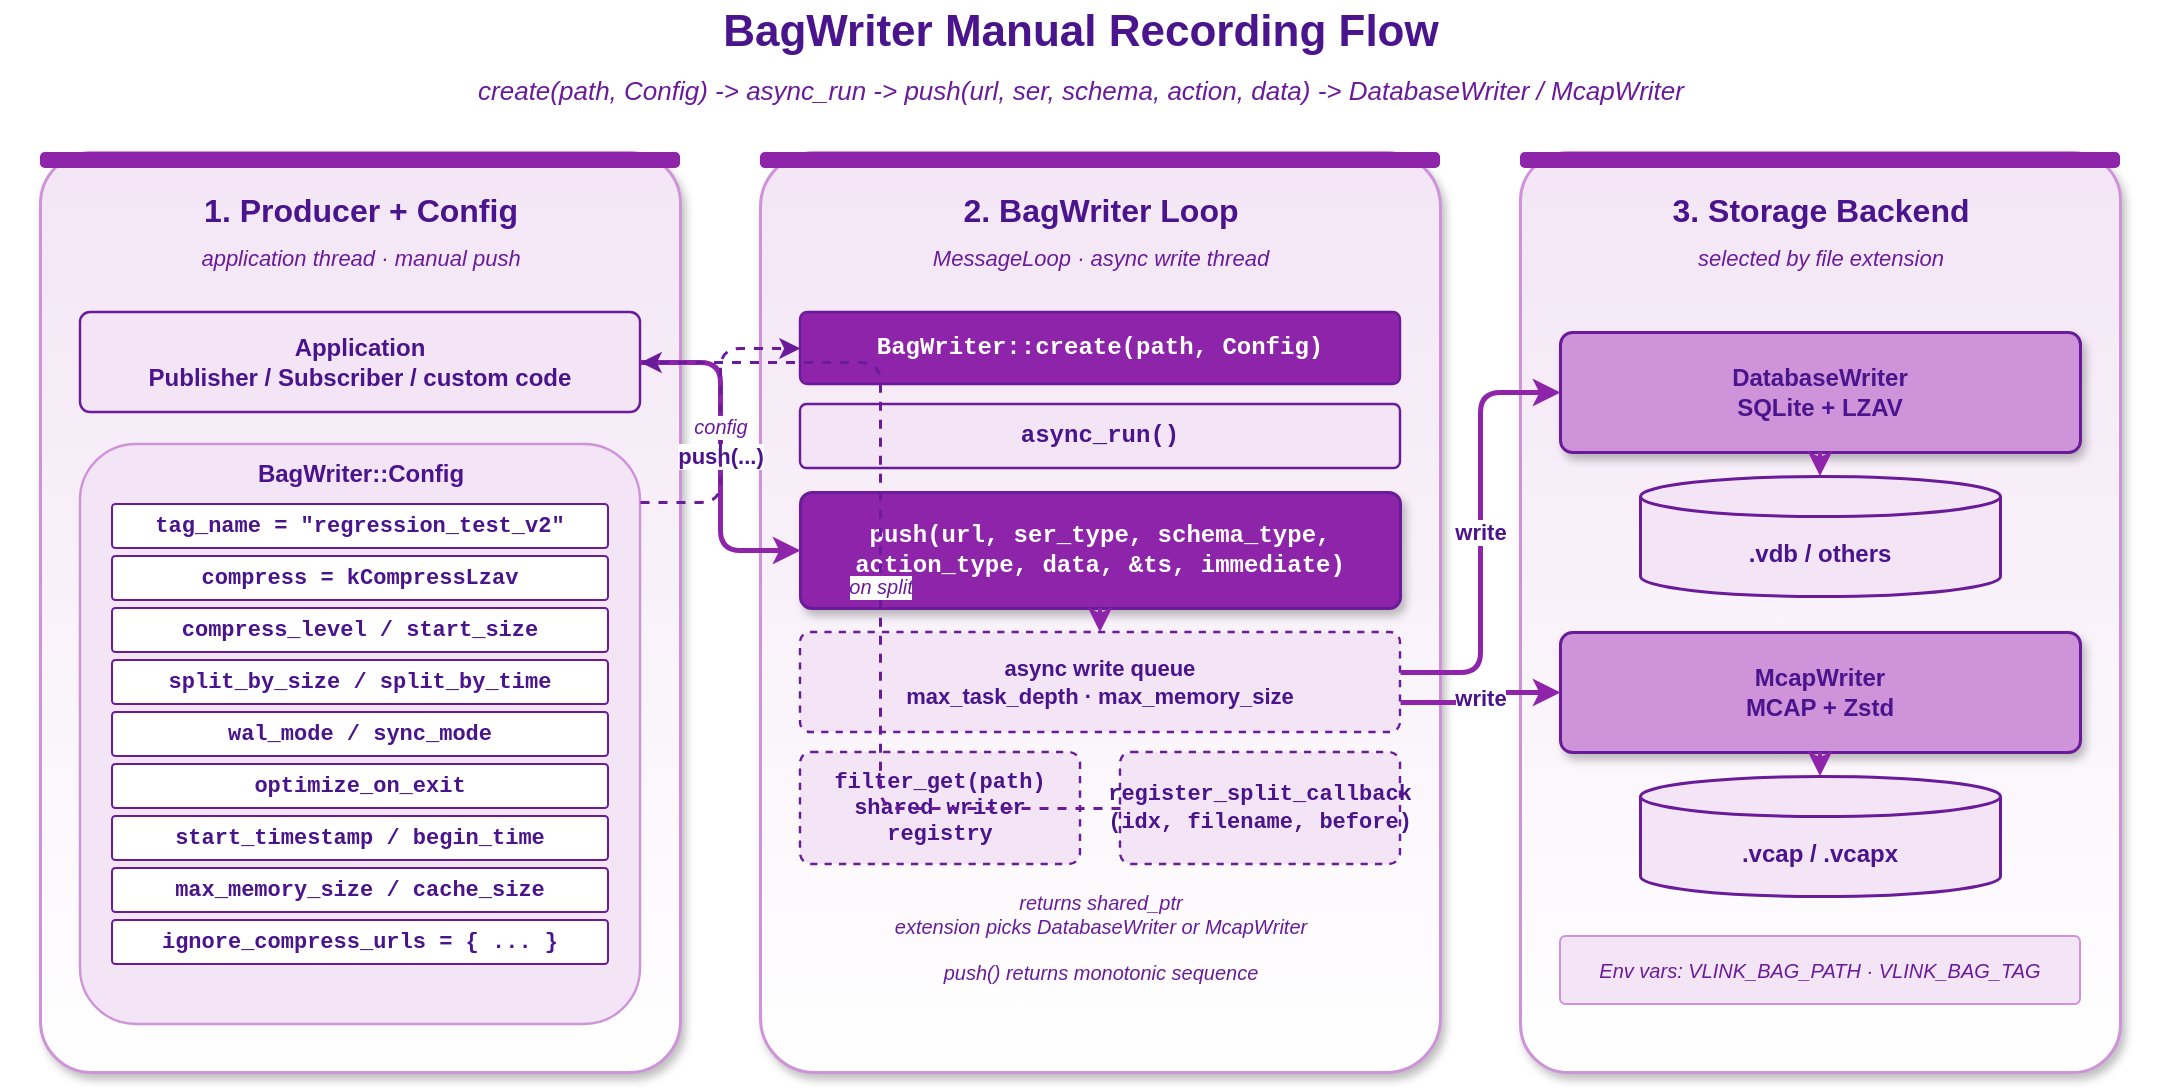
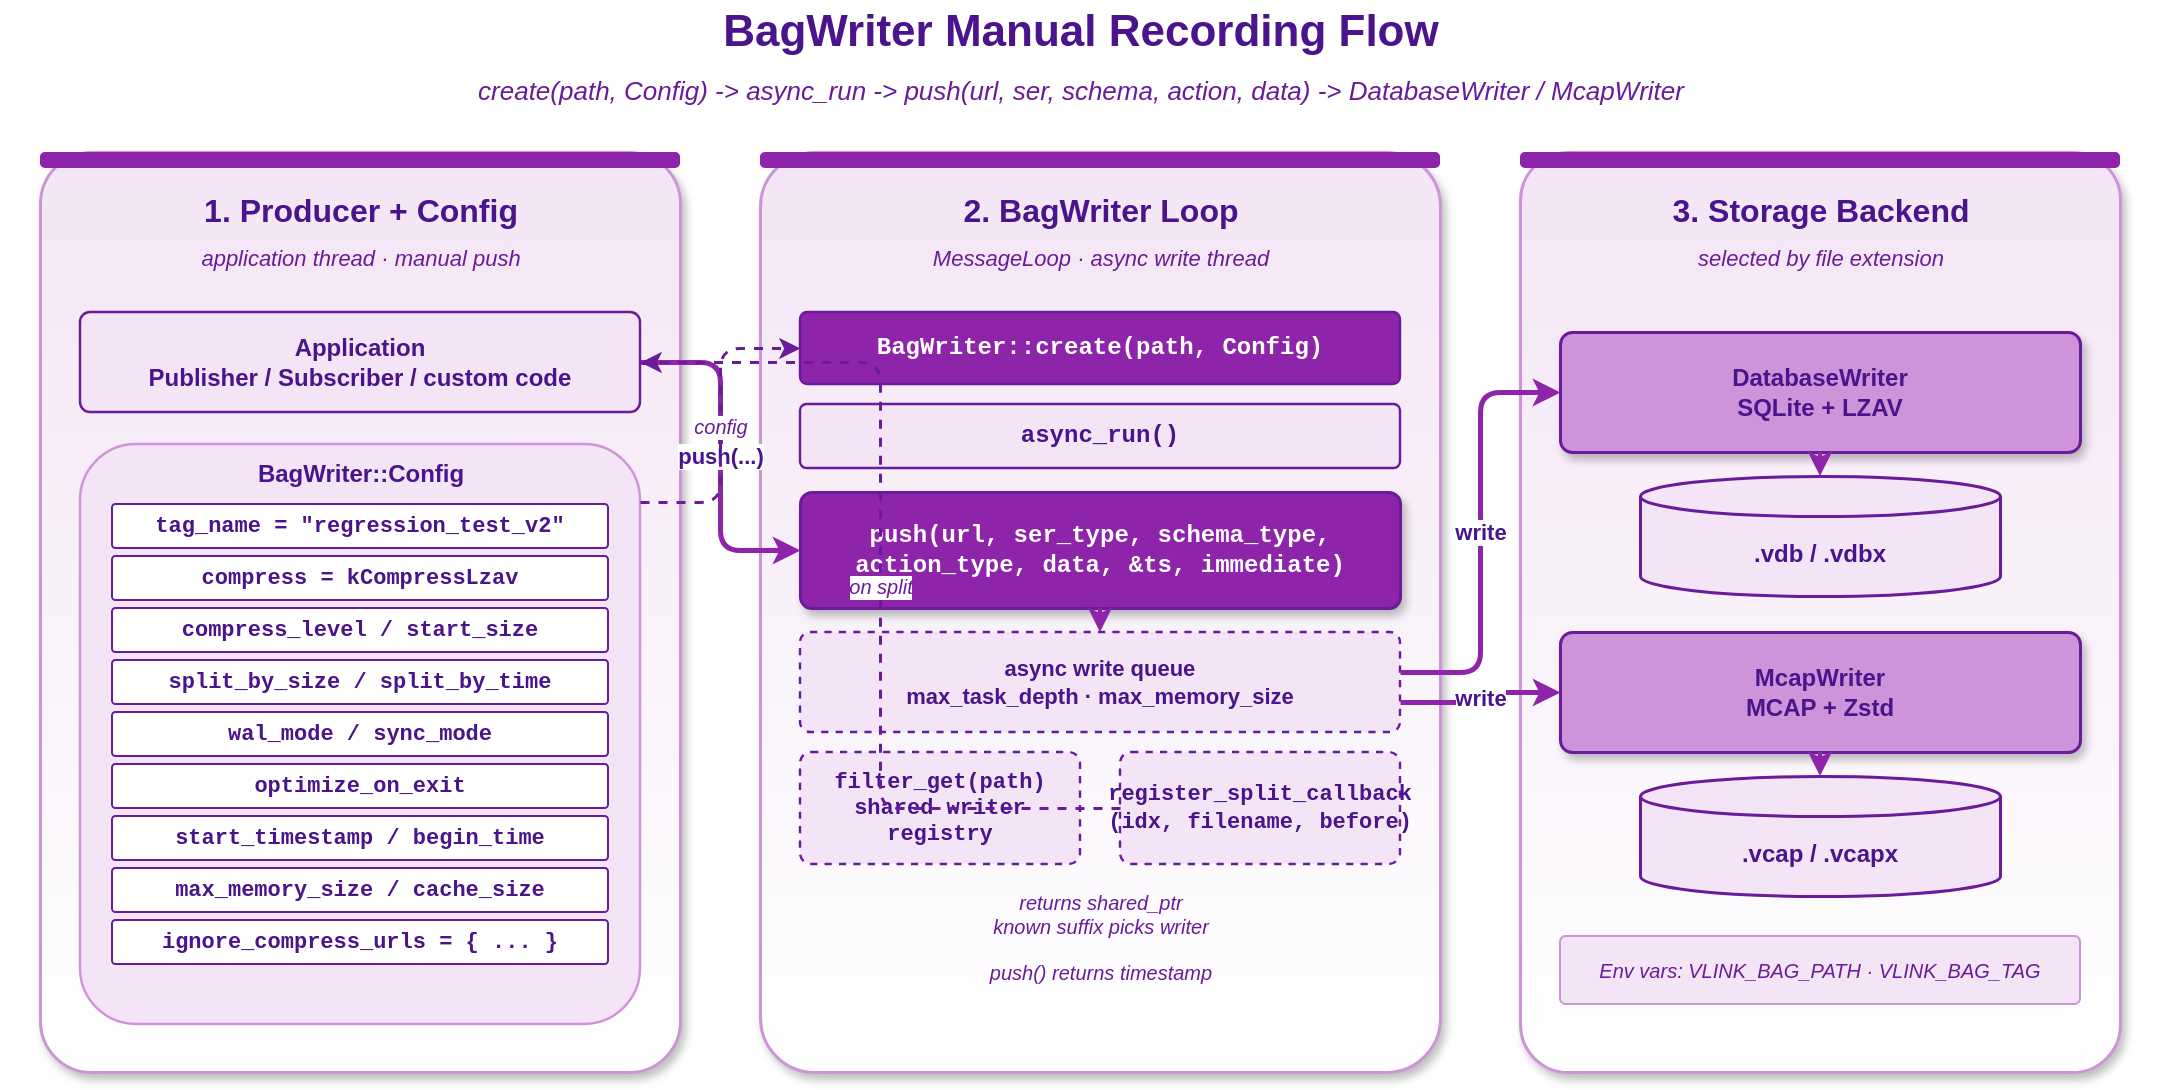
<mxfile host="app.diagrams.net" modified="2026-05-19T00:00:00.000Z" agent="Claude" version="24.0.0" type="device">
  <diagram id="bag-writer-flow" name="BagWriter Manual Recording Flow">
    <mxGraphModel dx="1120" dy="640" grid="0" gridSize="10" guides="1" tooltips="1" connect="1" arrows="1" fold="1" page="1" pageScale="1" pageWidth="1120" pageHeight="640" math="0" shadow="0">
      <root>
        <mxCell id="0" />
        <mxCell id="1" parent="0" />

        <mxCell id="title" value="BagWriter Manual Recording Flow" style="text;html=1;align=center;verticalAlign=middle;strokeColor=none;fillColor=none;fontSize=22;fontStyle=1;fontColor=#4a148c;" vertex="1" parent="1">
          <mxGeometry x="20" y="24" width="1080" height="32" as="geometry" />
        </mxCell>
        <mxCell id="subtitle" value="create(path, Config) -&gt; async_run -&gt; push(url, ser, schema, action, data) -&gt; DatabaseWriter / McapWriter" style="text;html=1;align=center;verticalAlign=middle;strokeColor=none;fillColor=none;fontSize=13;fontStyle=2;fontColor=#6a1b9a;" vertex="1" parent="1">
          <mxGeometry x="20" y="58" width="1080" height="22" as="geometry" />
        </mxCell>

        <!-- Section 1: Producer + Config -->
        <mxCell id="prod_bg" value="" style="rounded=1;whiteSpace=wrap;html=1;fillColor=#ffffff;strokeColor=#ce93d8;strokeWidth=1.5;arcSize=8;shadow=1;gradientColor=#f3e5f5;gradientDirection=north;" vertex="1" parent="1">
          <mxGeometry x="40" y="100" width="320" height="460" as="geometry" />
        </mxCell>
        <mxCell id="prod_bar" value="" style="rounded=1;whiteSpace=wrap;html=1;fillColor=#8e24aa;strokeColor=none;arcSize=30;" vertex="1" parent="1">
          <mxGeometry x="40" y="100" width="320" height="8" as="geometry" />
        </mxCell>
        <mxCell id="prod_t" value="1. Producer + Config" style="text;html=1;align=center;verticalAlign=middle;strokeColor=none;fillColor=none;fontSize=16;fontStyle=1;fontColor=#4a148c;" vertex="1" parent="1">
          <mxGeometry x="40" y="116" width="320" height="26" as="geometry" />
        </mxCell>
        <mxCell id="prod_st" value="application thread &#183; manual push" style="text;html=1;align=center;verticalAlign=middle;strokeColor=none;fillColor=none;fontSize=11;fontStyle=2;fontColor=#6a1b9a;" vertex="1" parent="1">
          <mxGeometry x="40" y="144" width="320" height="18" as="geometry" />
        </mxCell>

        <mxCell id="prod_app" value="Application&#10;Publisher / Subscriber / custom code" style="rounded=1;whiteSpace=wrap;html=1;fillColor=#f3e5f5;strokeColor=#6a1b9a;strokeWidth=1.2;arcSize=10;fontSize=12;fontStyle=1;fontColor=#4a148c;" vertex="1" parent="1">
          <mxGeometry x="60" y="180" width="280" height="50" as="geometry" />
        </mxCell>

        <mxCell id="cfg_box" value="" style="rounded=1;whiteSpace=wrap;html=1;fillColor=#f3e5f5;strokeColor=#ce93d8;strokeWidth=1.2;arcSize=10;" vertex="1" parent="1">
          <mxGeometry x="60" y="246" width="280" height="290" as="geometry" />
        </mxCell>
        <mxCell id="cfg_t" value="BagWriter::Config" style="text;html=1;align=center;verticalAlign=middle;strokeColor=none;fillColor=none;fontSize=12;fontStyle=1;fontColor=#4a148c;" vertex="1" parent="1">
          <mxGeometry x="60" y="250" width="280" height="22" as="geometry" />
        </mxCell>

        <mxCell id="cfg_tag" value="tag_name = &quot;regression_test_v2&quot;" style="rounded=1;whiteSpace=wrap;html=1;fillColor=#ffffff;strokeColor=#6a1b9a;strokeWidth=1;arcSize=8;fontSize=11;fontFamily=Courier New;fontStyle=1;fontColor=#4a148c;" vertex="1" parent="1">
          <mxGeometry x="76" y="276" width="248" height="22" as="geometry" />
        </mxCell>
        <mxCell id="cfg_comp" value="compress = kCompressLzav" style="rounded=1;whiteSpace=wrap;html=1;fillColor=#ffffff;strokeColor=#6a1b9a;strokeWidth=1;arcSize=8;fontSize=11;fontFamily=Courier New;fontStyle=1;fontColor=#4a148c;" vertex="1" parent="1">
          <mxGeometry x="76" y="302" width="248" height="22" as="geometry" />
        </mxCell>
        <mxCell id="cfg_lvl" value="compress_level / start_size" style="rounded=1;whiteSpace=wrap;html=1;fillColor=#ffffff;strokeColor=#6a1b9a;strokeWidth=1;arcSize=8;fontSize=11;fontFamily=Courier New;fontStyle=1;fontColor=#4a148c;" vertex="1" parent="1">
          <mxGeometry x="76" y="328" width="248" height="22" as="geometry" />
        </mxCell>
        <mxCell id="cfg_split" value="split_by_size / split_by_time" style="rounded=1;whiteSpace=wrap;html=1;fillColor=#ffffff;strokeColor=#6a1b9a;strokeWidth=1;arcSize=8;fontSize=11;fontFamily=Courier New;fontStyle=1;fontColor=#4a148c;" vertex="1" parent="1">
          <mxGeometry x="76" y="354" width="248" height="22" as="geometry" />
        </mxCell>
        <mxCell id="cfg_wal" value="wal_mode / sync_mode" style="rounded=1;whiteSpace=wrap;html=1;fillColor=#ffffff;strokeColor=#6a1b9a;strokeWidth=1;arcSize=8;fontSize=11;fontFamily=Courier New;fontStyle=1;fontColor=#4a148c;" vertex="1" parent="1">
          <mxGeometry x="76" y="380" width="248" height="22" as="geometry" />
        </mxCell>
        <mxCell id="cfg_opt" value="optimize_on_exit" style="rounded=1;whiteSpace=wrap;html=1;fillColor=#ffffff;strokeColor=#6a1b9a;strokeWidth=1;arcSize=8;fontSize=11;fontFamily=Courier New;fontStyle=1;fontColor=#4a148c;" vertex="1" parent="1">
          <mxGeometry x="76" y="406" width="248" height="22" as="geometry" />
        </mxCell>
        <mxCell id="cfg_ts" value="start_timestamp / begin_time" style="rounded=1;whiteSpace=wrap;html=1;fillColor=#ffffff;strokeColor=#6a1b9a;strokeWidth=1;arcSize=8;fontSize=11;fontFamily=Courier New;fontStyle=1;fontColor=#4a148c;" vertex="1" parent="1">
          <mxGeometry x="76" y="432" width="248" height="22" as="geometry" />
        </mxCell>
        <mxCell id="cfg_max" value="max_memory_size / cache_size" style="rounded=1;whiteSpace=wrap;html=1;fillColor=#ffffff;strokeColor=#6a1b9a;strokeWidth=1;arcSize=8;fontSize=11;fontFamily=Courier New;fontStyle=1;fontColor=#4a148c;" vertex="1" parent="1">
          <mxGeometry x="76" y="458" width="248" height="22" as="geometry" />
        </mxCell>
        <mxCell id="cfg_ign" value="ignore_compress_urls = { ... }" style="rounded=1;whiteSpace=wrap;html=1;fillColor=#ffffff;strokeColor=#6a1b9a;strokeWidth=1;arcSize=8;fontSize=11;fontFamily=Courier New;fontStyle=1;fontColor=#4a148c;" vertex="1" parent="1">
          <mxGeometry x="76" y="484" width="248" height="22" as="geometry" />
        </mxCell>

        <!-- Section 2: BagWriter event loop -->
        <mxCell id="wr_bg" value="" style="rounded=1;whiteSpace=wrap;html=1;fillColor=#ffffff;strokeColor=#ce93d8;strokeWidth=1.5;arcSize=8;shadow=1;gradientColor=#f3e5f5;gradientDirection=north;" vertex="1" parent="1">
          <mxGeometry x="400" y="100" width="340" height="460" as="geometry" />
        </mxCell>
        <mxCell id="wr_bar" value="" style="rounded=1;whiteSpace=wrap;html=1;fillColor=#8e24aa;strokeColor=none;arcSize=30;" vertex="1" parent="1">
          <mxGeometry x="400" y="100" width="340" height="8" as="geometry" />
        </mxCell>
        <mxCell id="wr_t" value="2. BagWriter Loop" style="text;html=1;align=center;verticalAlign=middle;strokeColor=none;fillColor=none;fontSize=16;fontStyle=1;fontColor=#4a148c;" vertex="1" parent="1">
          <mxGeometry x="400" y="116" width="340" height="26" as="geometry" />
        </mxCell>
        <mxCell id="wr_st" value="MessageLoop &#183; async write thread" style="text;html=1;align=center;verticalAlign=middle;strokeColor=none;fillColor=none;fontSize=11;fontStyle=2;fontColor=#6a1b9a;" vertex="1" parent="1">
          <mxGeometry x="400" y="144" width="340" height="18" as="geometry" />
        </mxCell>

        <mxCell id="wr_create" value="BagWriter::create(path, Config)" style="rounded=1;whiteSpace=wrap;html=1;fillColor=#8e24aa;strokeColor=#6a1b9a;strokeWidth=1.2;arcSize=10;fontSize=12;fontFamily=Courier New;fontStyle=1;fontColor=#ffffff;" vertex="1" parent="1">
          <mxGeometry x="420" y="180" width="300" height="36" as="geometry" />
        </mxCell>
        <mxCell id="wr_run" value="async_run()" style="rounded=1;whiteSpace=wrap;html=1;fillColor=#f3e5f5;strokeColor=#6a1b9a;strokeWidth=1.2;arcSize=10;fontSize=12;fontFamily=Courier New;fontStyle=1;fontColor=#4a148c;" vertex="1" parent="1">
          <mxGeometry x="420" y="226" width="300" height="32" as="geometry" />
        </mxCell>

        <mxCell id="wr_push" value="push(url, ser_type, schema_type,&#10;     action_type, data, &amp;ts, immediate)" style="rounded=1;whiteSpace=wrap;html=1;fillColor=#8e24aa;strokeColor=#6a1b9a;strokeWidth=1.5;arcSize=10;fontSize=12;fontFamily=Courier New;fontStyle=1;fontColor=#ffffff;shadow=1;" vertex="1" parent="1">
          <mxGeometry x="420" y="270" width="300" height="58" as="geometry" />
        </mxCell>

        <mxCell id="wr_queue" value="async write queue&#10;max_task_depth &#183; max_memory_size" style="rounded=1;whiteSpace=wrap;html=1;fillColor=#f3e5f5;strokeColor=#6a1b9a;strokeWidth=1.2;arcSize=10;fontSize=11;fontStyle=1;fontColor=#4a148c;dashed=1;" vertex="1" parent="1">
          <mxGeometry x="420" y="340" width="300" height="50" as="geometry" />
        </mxCell>

        <mxCell id="wr_filter" value="filter_get(path)&#10;shared writer registry" style="rounded=1;whiteSpace=wrap;html=1;fillColor=#f3e5f5;strokeColor=#6a1b9a;strokeWidth=1.2;arcSize=10;fontSize=11;fontFamily=Courier New;fontStyle=1;fontColor=#4a148c;dashed=1;" vertex="1" parent="1">
          <mxGeometry x="420" y="400" width="140" height="56" as="geometry" />
        </mxCell>
        <mxCell id="wr_split" value="register_split_callback&#10;(idx, filename, before)" style="rounded=1;whiteSpace=wrap;html=1;fillColor=#f3e5f5;strokeColor=#6a1b9a;strokeWidth=1.2;arcSize=10;fontSize=11;fontFamily=Courier New;fontStyle=1;fontColor=#4a148c;dashed=1;" vertex="1" parent="1">
          <mxGeometry x="580" y="400" width="140" height="56" as="geometry" />
        </mxCell>

-         <mxCell id="wr_note" value="returns shared_ptr&lt;BagWriter&gt;&#10;extension picks DatabaseWriter or McapWriter" style="text;html=1;align=center;verticalAlign=middle;strokeColor=none;fillColor=none;fontSize=10;fontStyle=2;fontColor=#6a1b9a;" vertex="1" parent="1">
+         <mxCell id="wr_note" value="returns shared_ptr&lt;BagWriter&gt;&#10;known suffix picks writer" style="text;html=1;align=center;verticalAlign=middle;strokeColor=none;fillColor=none;fontSize=10;fontStyle=2;fontColor=#6a1b9a;" vertex="1" parent="1">
          <mxGeometry x="420" y="464" width="300" height="34" as="geometry" />
        </mxCell>
-         <mxCell id="wr_seq" value="push() returns monotonic sequence" style="text;html=1;align=center;verticalAlign=middle;strokeColor=none;fillColor=none;fontSize=10;fontStyle=2;fontColor=#6a1b9a;" vertex="1" parent="1">
+         <mxCell id="wr_seq" value="push() returns timestamp" style="text;html=1;align=center;verticalAlign=middle;strokeColor=none;fillColor=none;fontSize=10;fontStyle=2;fontColor=#6a1b9a;" vertex="1" parent="1">
          <mxGeometry x="420" y="500" width="300" height="20" as="geometry" />
        </mxCell>

        <!-- Section 3: Storage backends -->
        <mxCell id="st_bg" value="" style="rounded=1;whiteSpace=wrap;html=1;fillColor=#ffffff;strokeColor=#ce93d8;strokeWidth=1.5;arcSize=8;shadow=1;gradientColor=#f3e5f5;gradientDirection=north;" vertex="1" parent="1">
          <mxGeometry x="780" y="100" width="300" height="460" as="geometry" />
        </mxCell>
        <mxCell id="st_bar" value="" style="rounded=1;whiteSpace=wrap;html=1;fillColor=#8e24aa;strokeColor=none;arcSize=30;" vertex="1" parent="1">
          <mxGeometry x="780" y="100" width="300" height="8" as="geometry" />
        </mxCell>
        <mxCell id="st_t" value="3. Storage Backend" style="text;html=1;align=center;verticalAlign=middle;strokeColor=none;fillColor=none;fontSize=16;fontStyle=1;fontColor=#4a148c;" vertex="1" parent="1">
          <mxGeometry x="780" y="116" width="300" height="26" as="geometry" />
        </mxCell>
        <mxCell id="st_st" value="selected by file extension" style="text;html=1;align=center;verticalAlign=middle;strokeColor=none;fillColor=none;fontSize=11;fontStyle=2;fontColor=#6a1b9a;" vertex="1" parent="1">
          <mxGeometry x="780" y="144" width="300" height="18" as="geometry" />
        </mxCell>

        <mxCell id="st_db" value="DatabaseWriter&#10;SQLite + LZAV" style="rounded=1;whiteSpace=wrap;html=1;fillColor=#ce93d8;strokeColor=#6a1b9a;strokeWidth=1.5;arcSize=10;fontSize=12;fontStyle=1;fontColor=#4a148c;shadow=1;" vertex="1" parent="1">
          <mxGeometry x="800" y="190" width="260" height="60" as="geometry" />
        </mxCell>
-         <mxCell id="st_vdb" value=".vdb / others" style="shape=cylinder3;whiteSpace=wrap;html=1;boundedLbl=1;backgroundOutline=1;size=10;fillColor=#f3e5f5;strokeColor=#6a1b9a;strokeWidth=1.5;fontSize=12;fontStyle=1;fontColor=#4a148c;" vertex="1" parent="1">
+         <mxCell id="st_vdb" value=".vdb / .vdbx" style="shape=cylinder3;whiteSpace=wrap;html=1;boundedLbl=1;backgroundOutline=1;size=10;fillColor=#f3e5f5;strokeColor=#6a1b9a;strokeWidth=1.5;fontSize=12;fontStyle=1;fontColor=#4a148c;" vertex="1" parent="1">
          <mxGeometry x="840" y="262" width="180" height="60" as="geometry" />
        </mxCell>

        <mxCell id="st_mcap" value="McapWriter&#10;MCAP + Zstd" style="rounded=1;whiteSpace=wrap;html=1;fillColor=#ce93d8;strokeColor=#6a1b9a;strokeWidth=1.5;arcSize=10;fontSize=12;fontStyle=1;fontColor=#4a148c;shadow=1;" vertex="1" parent="1">
          <mxGeometry x="800" y="340" width="260" height="60" as="geometry" />
        </mxCell>
        <mxCell id="st_vcap" value=".vcap / .vcapx" style="shape=cylinder3;whiteSpace=wrap;html=1;boundedLbl=1;backgroundOutline=1;size=10;fillColor=#f3e5f5;strokeColor=#6a1b9a;strokeWidth=1.5;fontSize=12;fontStyle=1;fontColor=#4a148c;" vertex="1" parent="1">
          <mxGeometry x="840" y="412" width="180" height="60" as="geometry" />
        </mxCell>

        <mxCell id="st_note" value="Env vars: VLINK_BAG_PATH &#183; VLINK_BAG_TAG" style="rounded=1;whiteSpace=wrap;html=1;fillColor=#f3e5f5;strokeColor=#ce93d8;strokeWidth=1;arcSize=8;fontSize=10;fontStyle=2;fontColor=#6a1b9a;" vertex="1" parent="1">
          <mxGeometry x="800" y="492" width="260" height="34" as="geometry" />
        </mxCell>

        <!-- Arrows -->
        <mxCell id="a_app_push" value="push(...)" style="endArrow=classic;endFill=1;html=1;strokeWidth=2.5;strokeColor=#8e24aa;fontSize=11;fontStyle=1;fontColor=#4a148c;labelBackgroundColor=#ffffff;rounded=1;edgeStyle=orthogonalEdgeStyle;exitX=1;exitY=0.5;entryX=0;entryY=0.5;" edge="1" parent="1" source="prod_app" target="wr_push">
          <mxGeometry relative="1" as="geometry" />
        </mxCell>
        <mxCell id="a_cfg_create" value="config" style="endArrow=classic;endFill=1;html=1;strokeWidth=1.5;strokeColor=#6a1b9a;fontSize=10;fontStyle=2;fontColor=#6a1b9a;labelBackgroundColor=#ffffff;rounded=1;dashed=1;edgeStyle=orthogonalEdgeStyle;exitX=1;exitY=0.1;entryX=0;entryY=0.5;" edge="1" parent="1" source="cfg_box" target="wr_create">
          <mxGeometry relative="1" as="geometry" />
        </mxCell>
        <mxCell id="a_push_q" value="" style="endArrow=classic;endFill=1;html=1;strokeWidth=2;strokeColor=#8e24aa;rounded=1;exitX=0.5;exitY=1;entryX=0.5;entryY=0;" edge="1" parent="1" source="wr_push" target="wr_queue">
          <mxGeometry relative="1" as="geometry" />
        </mxCell>
        <mxCell id="a_q_db" value="write" style="endArrow=classic;endFill=1;html=1;strokeWidth=2.5;strokeColor=#8e24aa;fontSize=11;fontStyle=1;fontColor=#4a148c;labelBackgroundColor=#ffffff;rounded=1;edgeStyle=orthogonalEdgeStyle;exitX=1;exitY=0.4;entryX=0;entryY=0.5;" edge="1" parent="1" source="wr_queue" target="st_db">
          <mxGeometry relative="1" as="geometry" />
        </mxCell>
        <mxCell id="a_q_mcap" value="write" style="endArrow=classic;endFill=1;html=1;strokeWidth=2.5;strokeColor=#8e24aa;fontSize=11;fontStyle=1;fontColor=#4a148c;labelBackgroundColor=#ffffff;rounded=1;edgeStyle=orthogonalEdgeStyle;exitX=1;exitY=0.7;entryX=0;entryY=0.5;" edge="1" parent="1" source="wr_queue" target="st_mcap">
          <mxGeometry relative="1" as="geometry" />
        </mxCell>
        <mxCell id="a_db_file" value="" style="endArrow=classic;endFill=1;html=1;strokeWidth=2;strokeColor=#8e24aa;rounded=1;exitX=0.5;exitY=1;entryX=0.5;entryY=0;" edge="1" parent="1" source="st_db" target="st_vdb">
          <mxGeometry relative="1" as="geometry" />
        </mxCell>
        <mxCell id="a_mcap_file" value="" style="endArrow=classic;endFill=1;html=1;strokeWidth=2;strokeColor=#8e24aa;rounded=1;exitX=0.5;exitY=1;entryX=0.5;entryY=0;" edge="1" parent="1" source="st_mcap" target="st_vcap">
          <mxGeometry relative="1" as="geometry" />
        </mxCell>
        <mxCell id="a_split_back" value="on split" style="endArrow=classic;endFill=1;html=1;strokeWidth=1.5;strokeColor=#6a1b9a;fontSize=10;fontStyle=2;fontColor=#6a1b9a;labelBackgroundColor=#ffffff;rounded=1;dashed=1;edgeStyle=orthogonalEdgeStyle;exitX=0;exitY=0.5;entryX=1;entryY=0.5;" edge="1" parent="1" source="wr_split" target="prod_app">
          <mxGeometry relative="1" as="geometry" />
        </mxCell>

      </root>
    </mxGraphModel>
  </diagram>
</mxfile>
